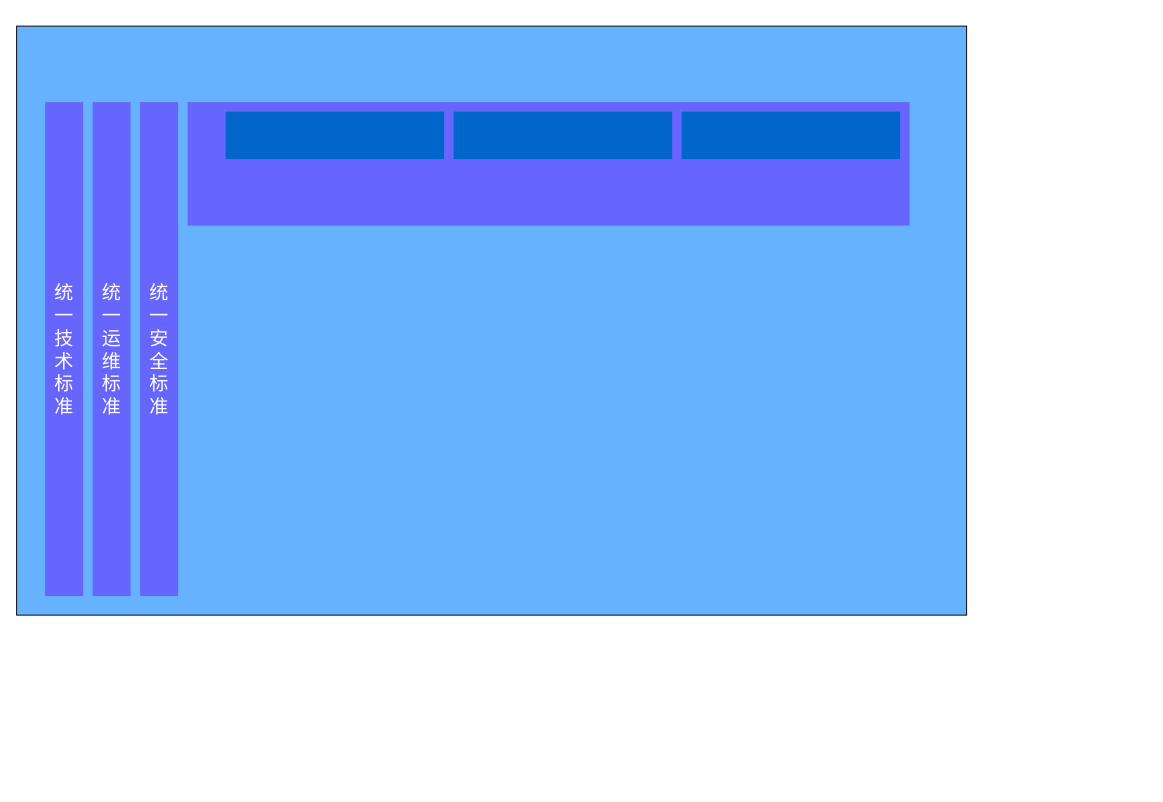
Above: framework.drawio in cjaack2/Images_Repository (draw.io), before the change. Source tidied: cells renumbered, new cells numbered last; positions are measured from the earlier drawing's top-left corner, leaving out a move shared by most shapes. Both pictures are drawn from the tidied source at 95%, with x=0, y=0 at pixel (16, 26). Pictures stored in the file or linked from it are replaced by grey dashed boxes.
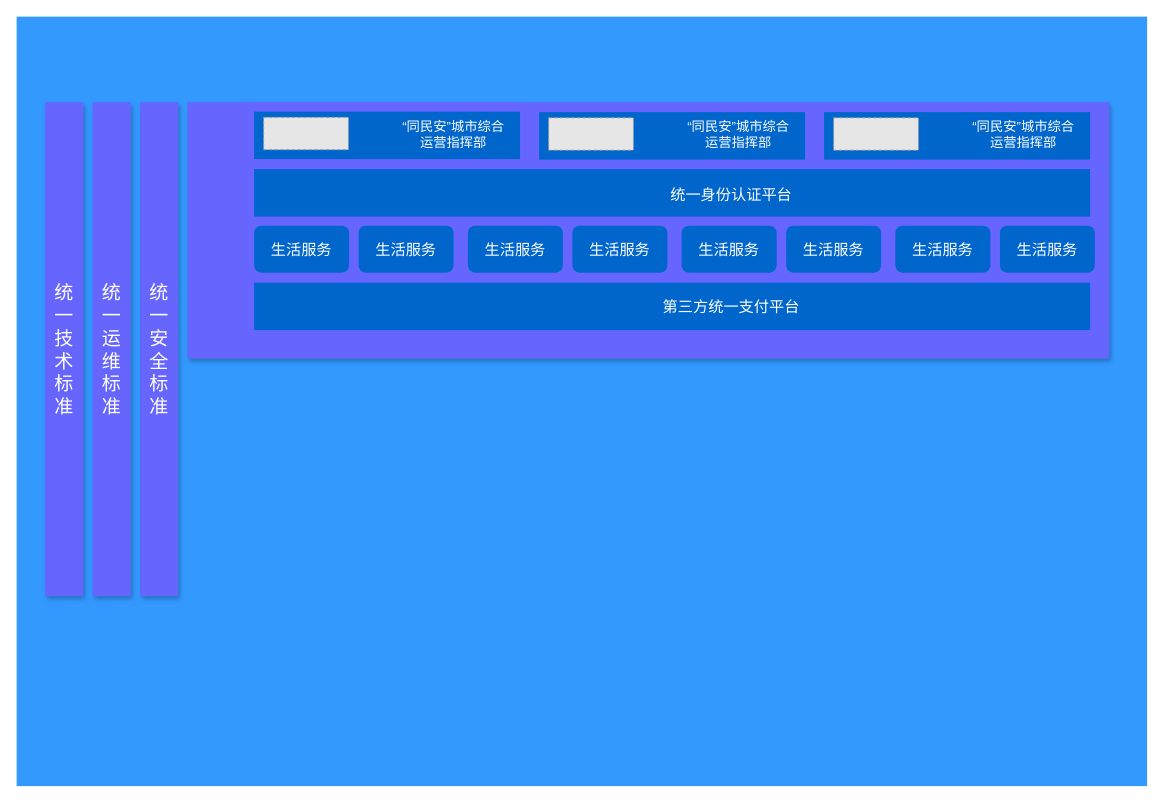
The same diagram, later.

Change to the diagram source:
```diff
@@
-    <mxCell id="2" style="rounded=0;whiteSpace=wrap;html=1;fillColor=#66B2FF;" parent="1" vertex="1">
-      <mxGeometry width="1000" height="620" as="geometry" />
+    <mxCell id="2" style="rounded=0;whiteSpace=wrap;html=1;fillColor=#3399FF;strokeColor=none;glass=0;shadow=0;" parent="1" vertex="1">
+      <mxGeometry y="-10" width="1190" height="810" as="geometry" />
     </mxCell>
-    <mxCell id="3" style="rounded=0;whiteSpace=wrap;html=1;fillColor=#6666FF;strokeColor=none;" parent="1" vertex="1">
+    <mxCell id="3" style="rounded=0;whiteSpace=wrap;html=1;fillColor=#6666FF;strokeColor=none;shadow=1;" parent="1" vertex="1">
       <mxGeometry x="30" y="80" width="40" height="520" as="geometry" />
     </mxCell>
-    <mxCell id="4" value="&lt;font style=&quot;font-size: 20px&quot; color=&quot;#ffffff&quot;&gt;统一技术标准&lt;/font&gt;" style="text;html=1;strokeColor=none;fillColor=none;align=center;verticalAlign=middle;whiteSpace=wrap;rounded=0;" parent="1" vertex="1">
+    <mxCell id="4" value="&lt;font style=&quot;font-size: 20px&quot; color=&quot;#ffffff&quot;&gt;统一技术标准&lt;/font&gt;" style="text;html=1;strokeColor=none;fillColor=none;align=center;verticalAlign=middle;whiteSpace=wrap;rounded=0;shadow=0;" parent="1" vertex="1">
       <mxGeometry x="30" y="185" width="40" height="310" as="geometry" />
     </mxCell>
-    <mxCell id="5" style="rounded=0;whiteSpace=wrap;html=1;fillColor=#6666FF;strokeColor=none;" parent="1" vertex="1">
+    <mxCell id="5" style="rounded=0;whiteSpace=wrap;html=1;fillColor=#6666FF;strokeColor=none;shadow=1;" parent="1" vertex="1">
       <mxGeometry x="80" y="80" width="40" height="520" as="geometry" />
     </mxCell>
@@
-    <mxCell id="7" style="rounded=0;whiteSpace=wrap;html=1;fillColor=#6666FF;strokeColor=none;" parent="1" vertex="1">
+    <mxCell id="7" style="rounded=0;whiteSpace=wrap;html=1;fillColor=#6666FF;strokeColor=none;shadow=1;" parent="1" vertex="1">
       <mxGeometry x="130" y="80" width="40" height="520" as="geometry" />
     </mxCell>
-    <mxCell id="8" value="&lt;font style=&quot;font-size: 20px&quot; color=&quot;#ffffff&quot;&gt;统一安全标准&lt;/font&gt;" style="text;html=1;strokeColor=none;fillColor=none;align=center;verticalAlign=middle;whiteSpace=wrap;rounded=0;" parent="1" vertex="1">
+    <mxCell id="8" value="&lt;font style=&quot;font-size: 20px&quot; color=&quot;#ffffff&quot;&gt;统一安全标准&lt;/font&gt;" style="text;html=1;strokeColor=none;fillColor=none;align=center;verticalAlign=middle;whiteSpace=wrap;rounded=0;shadow=0;" parent="1" vertex="1">
       <mxGeometry x="130" y="185" width="40" height="310" as="geometry" />
     </mxCell>
-    <mxCell id="9" style="rounded=0;whiteSpace=wrap;html=1;fillColor=#6666FF;strokeColor=none;" parent="1" vertex="1">
-      <mxGeometry x="180" y="80" width="760" height="130" as="geometry" />
+    <mxCell id="9" style="rounded=0;whiteSpace=wrap;html=1;fillColor=#6666FF;strokeColor=none;shadow=1;" parent="1" vertex="1">
+      <mxGeometry x="180" y="80" width="970" height="270" as="geometry" />
     </mxCell>
+    <mxCell id="13" style="group;" parent="1" vertex="1">
+      <mxGeometry x="250" y="150.5" width="880" height="50" as="geometry" />
+    </mxCell>
+    <mxCell id="14" style="rounded=0;whiteSpace=wrap;html=1;fillColor=#0066CC;strokeColor=none;" parent="13" vertex="1">
+      <mxGeometry width="880" height="50" as="geometry" />
+    </mxCell>
+    <mxCell id="15" value="统一身份认证平台" style="text;html=1;strokeColor=none;fillColor=none;align=center;verticalAlign=middle;whiteSpace=wrap;rounded=0;fontColor=#FFFFFF;fontSize=16;" parent="13" vertex="1">
+      <mxGeometry x="334.6" y="3" width="334.6" height="47" as="geometry" />
+    </mxCell>
+    <mxCell id="16" style="group;" parent="1" vertex="1">
+      <mxGeometry x="250" y="270" width="880" height="50" as="geometry" />
+    </mxCell>
+    <mxCell id="17" style="rounded=0;whiteSpace=wrap;html=1;fillColor=#0066CC;strokeColor=none;" parent="16" vertex="1">
+      <mxGeometry width="880" height="50" as="geometry" />
+    </mxCell>
+    <mxCell id="18" value="第三方统一支付平台" style="text;html=1;strokeColor=none;fillColor=none;align=center;verticalAlign=middle;whiteSpace=wrap;rounded=0;fontColor=#FFFFFF;fontSize=16;" parent="16" vertex="1">
+      <mxGeometry x="334.6" y="1.5" width="334.6" height="47" as="geometry" />
+    </mxCell>
+    <mxCell id="19" value="生活服务" style="rounded=1;whiteSpace=wrap;html=1;shadow=0;fillColor=#0066CC;fontSize=16;fontColor=#FFFFFF;strokeColor=none;" parent="1" vertex="1">
+      <mxGeometry x="250" y="210" width="100" height="49.5" as="geometry" />
+    </mxCell>
+    <mxCell id="20" value="生活服务" style="rounded=1;whiteSpace=wrap;html=1;shadow=0;fillColor=#0066CC;fontSize=16;fontColor=#FFFFFF;strokeColor=none;" parent="1" vertex="1">
+      <mxGeometry x="360" y="210" width="100" height="49.5" as="geometry" />
+    </mxCell>
+    <mxCell id="21" value="生活服务" style="rounded=1;whiteSpace=wrap;html=1;shadow=0;fillColor=#0066CC;fontSize=16;fontColor=#FFFFFF;strokeColor=none;" parent="1" vertex="1">
+      <mxGeometry x="585" y="210" width="100" height="49.5" as="geometry" />
+    </mxCell>
+    <mxCell id="22" value="生活服务" style="rounded=1;whiteSpace=wrap;html=1;shadow=0;fillColor=#0066CC;fontSize=16;fontColor=#FFFFFF;strokeColor=none;" parent="1" vertex="1">
+      <mxGeometry x="475" y="210" width="100" height="49.5" as="geometry" />
+    </mxCell>
+    <mxCell id="23" value="生活服务" style="rounded=1;whiteSpace=wrap;html=1;shadow=0;fillColor=#0066CC;fontSize=16;fontColor=#FFFFFF;strokeColor=none;" parent="1" vertex="1">
+      <mxGeometry x="1035" y="210" width="100" height="49.5" as="geometry" />
+    </mxCell>
+    <mxCell id="24" value="生活服务" style="rounded=1;whiteSpace=wrap;html=1;shadow=0;fillColor=#0066CC;fontSize=16;fontColor=#FFFFFF;strokeColor=none;" parent="1" vertex="1">
+      <mxGeometry x="925" y="210" width="100" height="49.5" as="geometry" />
+    </mxCell>
+    <mxCell id="25" value="生活服务" style="rounded=1;whiteSpace=wrap;html=1;shadow=0;fillColor=#0066CC;fontSize=16;fontColor=#FFFFFF;strokeColor=none;" parent="1" vertex="1">
+      <mxGeometry x="810" y="210" width="100" height="49.5" as="geometry" />
+    </mxCell>
+    <mxCell id="26" value="生活服务" style="rounded=1;whiteSpace=wrap;html=1;shadow=0;fillColor=#0066CC;fontSize=16;fontColor=#FFFFFF;strokeColor=none;" parent="1" vertex="1">
+      <mxGeometry x="700" y="210" width="100" height="49.5" as="geometry" />
+    </mxCell>
+    <mxCell id="27" style="group;" parent="1" vertex="1">
+      <mxGeometry x="250" y="89.5" width="280" height="50.5" as="geometry" />
+    </mxCell>
-    <mxCell id="10" style="rounded=0;whiteSpace=wrap;html=1;fillColor=#0066CC;strokeColor=none;" parent="1" vertex="1">
-      <mxGeometry x="220" y="90" width="230" height="50" as="geometry" />
+    <mxCell id="10" style="rounded=0;whiteSpace=wrap;html=1;fillColor=#0066CC;strokeColor=none;" parent="27" vertex="1">
+      <mxGeometry y="0.5" width="280" height="50" as="geometry" />
     </mxCell>
-    <mxCell id="11" style="rounded=0;whiteSpace=wrap;html=1;fillColor=#0066CC;strokeColor=none;" parent="1" vertex="1">
-      <mxGeometry x="460" y="90" width="230" height="50" as="geometry" />
-    </mxCell>
-    <mxCell id="12" style="rounded=0;whiteSpace=wrap;html=1;fillColor=#0066CC;strokeColor=none;" parent="1" vertex="1">
-      <mxGeometry x="700" y="90" width="230" height="50" as="geometry" />
-    </mxCell>
+    <mxCell id="28" style="fillColor=#E6E6E6;strokeColor=#999999;dashed=1;verticalLabelPosition=bottom;labelBackgroundColor=#ffffff;verticalAlign=top;" parent="27" vertex="1">
+      <mxGeometry x="10" y="6.5" width="89.3" height="34.1" as="geometry" />
+    </mxCell>
+    <mxCell id="29" value="“同民安”城市综合运营指挥部" style="text;html=1;strokeColor=none;fillColor=none;align=center;verticalAlign=middle;whiteSpace=wrap;rounded=0;fontColor=#FFFFFF;fontSize=14;" parent="27" vertex="1">
+      <mxGeometry x="150" y="0.5" width="120" height="47" as="geometry" />
+    </mxCell>
+    <mxCell id="30" style="group;" parent="1" vertex="1">
+      <mxGeometry x="550" y="90" width="280" height="50.5" as="geometry" />
+    </mxCell>
+    <mxCell id="31" style="rounded=0;whiteSpace=wrap;html=1;fillColor=#0066CC;strokeColor=none;" parent="30" vertex="1">
+      <mxGeometry y="0.5" width="280" height="50" as="geometry" />
+    </mxCell>
+    <mxCell id="32" style="fillColor=#E6E6E6;strokeColor=#999999;dashed=1;verticalLabelPosition=bottom;labelBackgroundColor=#ffffff;verticalAlign=top;" parent="30" vertex="1">
+      <mxGeometry x="10" y="6.5" width="89.3" height="34.1" as="geometry" />
+    </mxCell>
+    <mxCell id="33" value="“同民安”城市综合运营指挥部" style="text;html=1;strokeColor=none;fillColor=none;align=center;verticalAlign=middle;whiteSpace=wrap;rounded=0;fontColor=#FFFFFF;fontSize=14;" parent="30" vertex="1">
+      <mxGeometry x="150" y="0.5" width="120" height="47" as="geometry" />
+    </mxCell>
+    <mxCell id="34" style="group;" parent="1" vertex="1">
+      <mxGeometry x="850" y="90" width="280" height="50.5" as="geometry" />
+    </mxCell>
+    <mxCell id="35" style="rounded=0;whiteSpace=wrap;html=1;fillColor=#0066CC;strokeColor=none;" parent="34" vertex="1">
+      <mxGeometry y="0.5" width="280" height="50" as="geometry" />
+    </mxCell>
+    <mxCell id="36" style="fillColor=#E6E6E6;strokeColor=#999999;dashed=1;verticalLabelPosition=bottom;labelBackgroundColor=#ffffff;verticalAlign=top;" parent="34" vertex="1">
+      <mxGeometry x="10" y="6.5" width="89.3" height="34.1" as="geometry" />
+    </mxCell>
+    <mxCell id="37" value="“同民安”城市综合运营指挥部" style="text;html=1;strokeColor=none;fillColor=none;align=center;verticalAlign=middle;whiteSpace=wrap;rounded=0;fontColor=#FFFFFF;fontSize=14;" parent="34" vertex="1">
+      <mxGeometry x="150" y="0.5" width="120" height="47" as="geometry" />
+    </mxCell>
```
